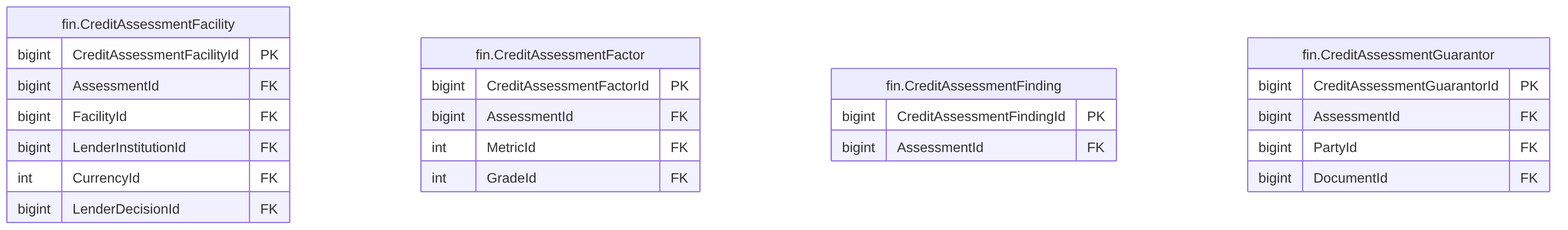
The Mermaid diagram treasury-platform/docs/diagrams/erd/m5_financials_3.png in thawrasy/smartlines, before a commit. Its source is kept beside it as treasury-platform/docs/diagrams/erd/m5_financials_3.mmd.
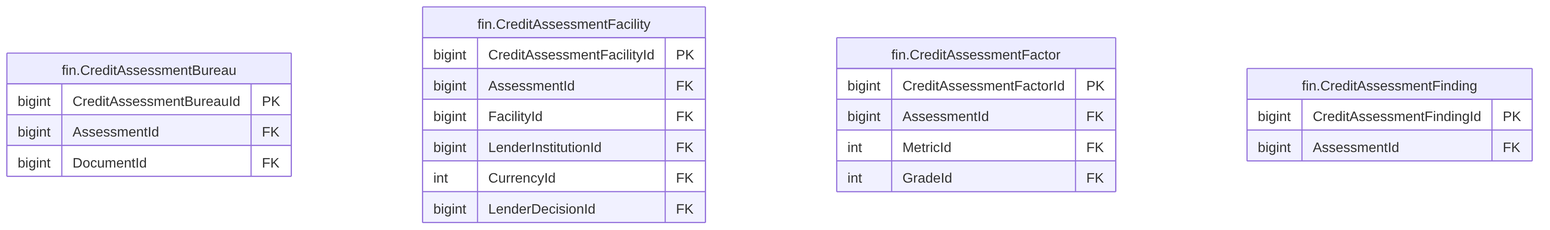
The same diagram one commit later.

Diff of the diagram source:
```diff
@@ -1,4 +1,9 @@
 erDiagram
+  fin_CreditAssessmentBureau["fin.CreditAssessmentBureau"] {
+    bigint CreditAssessmentBureauId PK
+    bigint AssessmentId FK
+    bigint DocumentId FK
+  }
   fin_CreditAssessmentFacility["fin.CreditAssessmentFacility"] {
     bigint CreditAssessmentFacilityId PK
     bigint AssessmentId FK
@@ -17,9 +22,3 @@
     bigint CreditAssessmentFindingId PK
     bigint AssessmentId FK
   }
-  fin_CreditAssessmentGuarantor["fin.CreditAssessmentGuarantor"] {
-    bigint CreditAssessmentGuarantorId PK
-    bigint AssessmentId FK
-    bigint PartyId FK
-    bigint DocumentId FK
-  }
```
